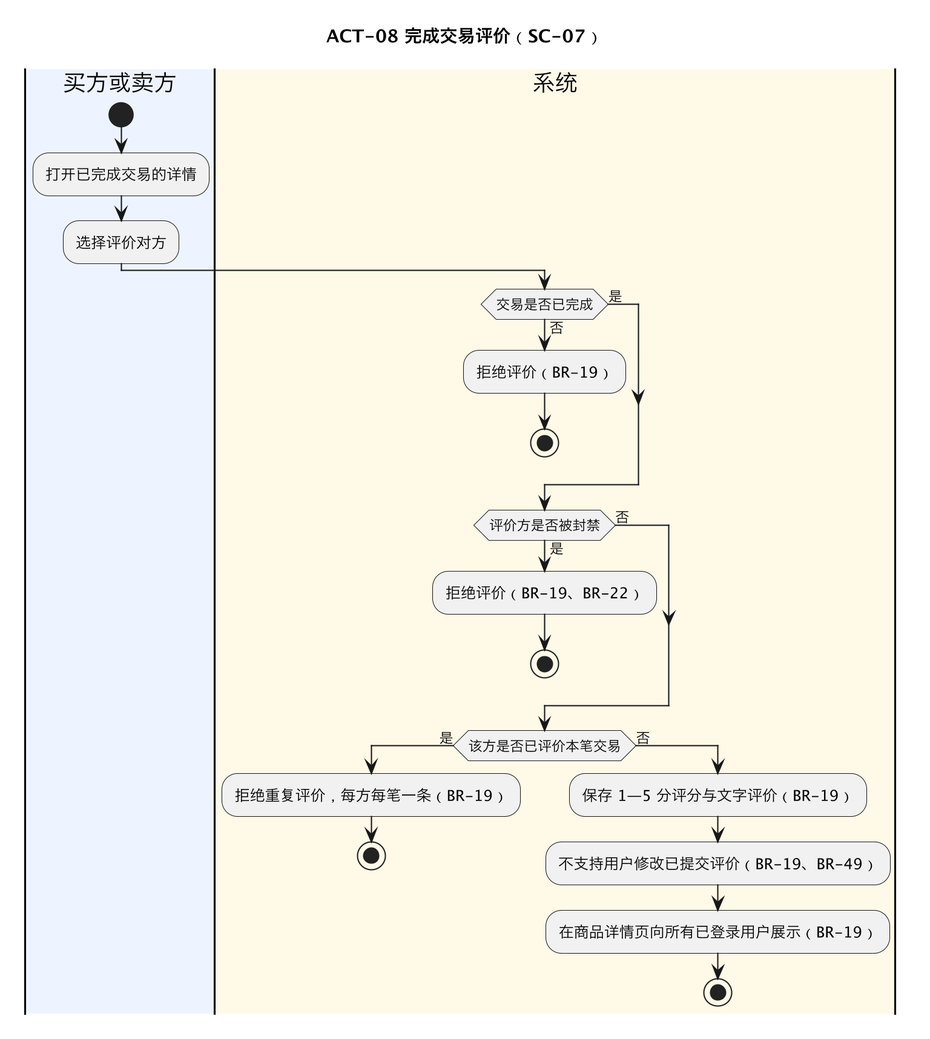
This is docs/appendices/rendered/ACT-08-完成交易评价.png from iy88/se-course-project-1, a PlantUML export, as it was before one commit.
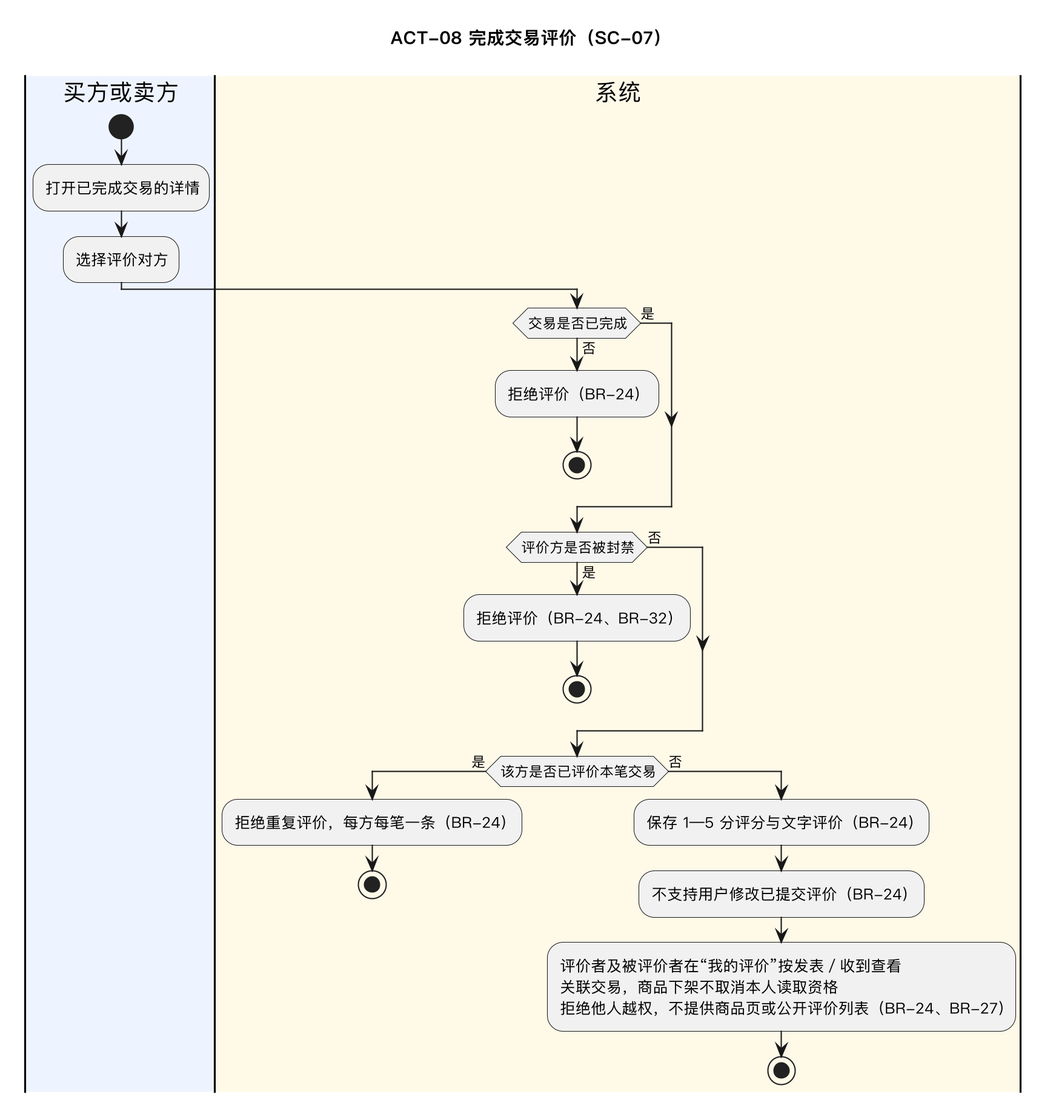
Later version of the same file.

Diff of the diagram source:
```diff
@@ -1,5 +1,7 @@
 @startuml ACT-08
 skinparamlocked dpi 200
+
+skinparam defaultFontName "PingFang SC"
 
 title ACT-08 完成交易评价（SC-07）
 
@@ -10,22 +12,22 @@
 
 |#FFF9E8|系统|
 if (交易是否已完成) then (否)
-  :拒绝评价（BR-19）;
+  :拒绝评价（BR-24）;
   stop
 else (是)
 endif
 if (评价方是否被封禁) then (是)
-  :拒绝评价（BR-19、BR-22）;
+  :拒绝评价（BR-24、BR-32）;
   stop
 else (否)
 endif
 if (该方是否已评价本笔交易) then (是)
-  :拒绝重复评价，每方每笔一条（BR-19）;
+  :拒绝重复评价，每方每笔一条（BR-24）;
   stop
 else (否)
-  :保存 1—5 分评分与文字评价（BR-19）;
-  :不支持用户修改已提交评价（BR-19、BR-49）;
-  :在商品详情页向所有已登录用户展示（BR-19）;
+  :保存 1—5 分评分与文字评价（BR-24）;
+  :不支持用户修改已提交评价（BR-24）;
+  :评价者及被评价者在“我的评价”按发表／收到查看\n关联交易，商品下架不取消本人读取资格\n拒绝他人越权，不提供商品页或公开评价列表（BR-24、BR-27）;
   stop
 endif
 
```
